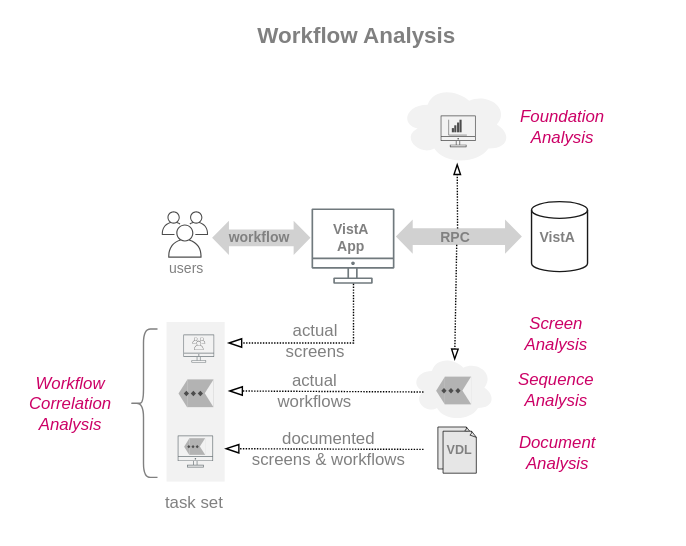
Before: img/workflow-correlation.svg, a diagram exported from draw.io (cloudvista/vaa). Source tidied: cells renumbered, new cells last; positions are measured from the earlier drawing's top-left corner, leaving out a move shared by most shapes.
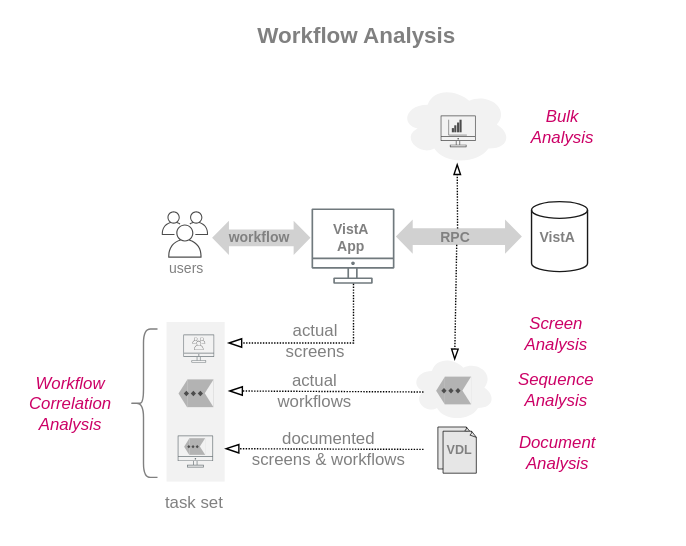
After the commit.

The edit, as a diff of the source:
```diff
@@ -32,7 +32,7 @@
     <mxCell id="11" value="VistA" style="text;strokeColor=none;align=center;fillColor=none;html=1;verticalAlign=middle;whiteSpace=wrap;rounded=0;fontSize=10;fontStyle=1;fontColor=#808080;" parent="1" vertex="1">
       <mxGeometry x="381.2" y="154.4" width="33.8" height="30" as="geometry" />
     </mxCell>
-    <mxCell id="12" value="&lt;i&gt;Foundation&lt;br&gt;Analysis&lt;br&gt;&lt;/i&gt;" style="text;strokeColor=none;align=center;fillColor=none;html=1;verticalAlign=middle;whiteSpace=wrap;rounded=0;fontColor=#CC0066;" parent="1" vertex="1">
+    <mxCell id="12" value="&lt;i&gt;Bulk&lt;/i&gt;&lt;div&gt;&lt;i&gt;Analysis&lt;br&gt;&lt;/i&gt;&lt;/div&gt;" style="text;strokeColor=none;align=center;fillColor=none;html=1;verticalAlign=middle;whiteSpace=wrap;rounded=0;fontColor=#CC0066;" parent="1" vertex="1">
       <mxGeometry x="359.9" y="75" width="83.2" height="30" as="geometry" />
     </mxCell>
     <mxCell id="13" value="&lt;i&gt;Document&lt;br&gt;Analysis&lt;/i&gt;" style="text;strokeColor=none;align=center;fillColor=none;html=1;verticalAlign=middle;whiteSpace=wrap;rounded=0;fontColor=#CC0066;" parent="1" vertex="1">
```
